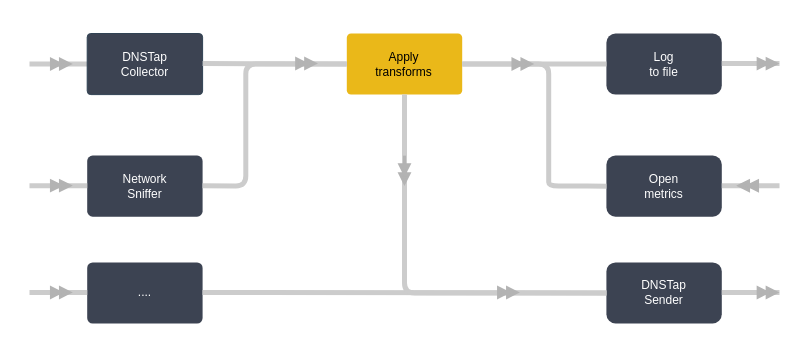
Before: docs/overview.drawio in dmachard/go-dnscollector, a draw.io diagram. Source tidied: cells renumbered, new cells numbered last; positions are measured from the earlier drawing's top-left corner, leaving out a move shared by most shapes. Both pictures are drawn from the tidied source at 100%, with x=0, y=0 at pixel (29, 33).
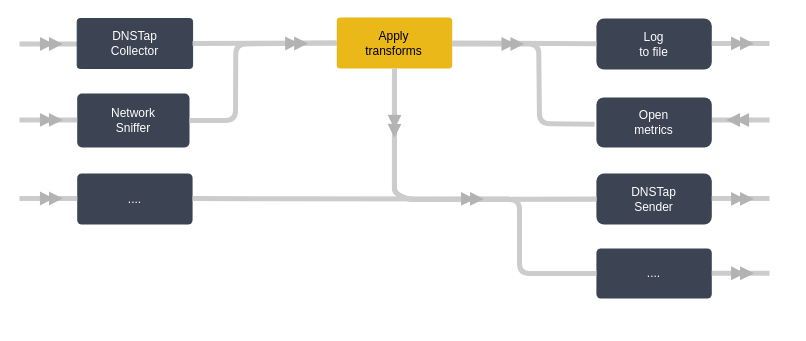
After the change.

Change to the diagram source:
```diff
@@
-    <mxCell id="2" style="group;" parent="1" vertex="1">
-      <mxGeometry width="750" height="290" as="geometry" />
-    </mxCell>
-    <mxCell id="3" style="endArrow=none;html=1;rounded=0;strokeWidth=5;strokeColor=#CCCCCC;" parent="2" edge="1">
+    <mxCell id="3" style="endArrow=none;html=1;rounded=0;strokeWidth=5;strokeColor=#CCCCCC;" parent="1" edge="1">
       <mxGeometry relative="1" as="geometry">
-        <mxPoint y="30.5" as="sourcePoint" />
-        <mxPoint x="57.7" y="30.5" as="targetPoint" />
+        <mxPoint x="-10" y="10.5" as="sourcePoint" />
+        <mxPoint x="47.7" y="10.5" as="targetPoint" />
       </mxGeometry>
     </mxCell>
-    <mxCell id="4" value="DNSTap&lt;br&gt;Collector" style="rounded=1;whiteSpace=wrap;html=1;fillColor=#3c4352;strokeColor=#314354;fontColor=#ffffff;arcSize=6;" parent="2" vertex="1">
-      <mxGeometry x="57.7" width="115.4" height="61.1" as="geometry" />
+    <mxCell id="4" value="DNSTap&lt;br&gt;Collector" style="rounded=1;whiteSpace=wrap;html=1;fillColor=#3c4352;strokeColor=#314354;fontColor=#ffffff;arcSize=6;" parent="1" vertex="1">
+      <mxGeometry x="47.7" y="-15" width="115.4" height="50" as="geometry" />
     </mxCell>
-    <mxCell id="5" value="Apply&lt;br&gt;transforms" style="rounded=1;whiteSpace=wrap;html=1;fillColor=#eab819;strokeColor=none;fontColor=#000000;arcSize=7;" parent="2" vertex="1">
-      <mxGeometry x="317.3" width="115.4" height="61.1" as="geometry" />
+    <mxCell id="5" value="Apply&lt;br&gt;transforms" style="rounded=1;whiteSpace=wrap;html=1;fillColor=#eab819;strokeColor=none;fontColor=#000000;arcSize=7;" parent="1" vertex="1">
+      <mxGeometry x="307.3" y="-16" width="115.4" height="51" as="geometry" />
     </mxCell>
-    <mxCell id="6" value="Log&lt;br&gt;to file" style="rounded=1;whiteSpace=wrap;html=1;fillColor=#3c4352;strokeColor=none;fontColor=#ffffff;" parent="2" vertex="1">
-      <mxGeometry x="576.9" width="115.4" height="61.1" as="geometry" />
+    <mxCell id="6" value="Log&lt;br&gt;to file" style="rounded=1;whiteSpace=wrap;html=1;fillColor=#3c4352;strokeColor=none;fontColor=#ffffff;" parent="1" vertex="1">
+      <mxGeometry x="566.9" y="-15" width="115.4" height="51" as="geometry" />
     </mxCell>
-    <mxCell id="7" value="Network&lt;br&gt;Sniffer" style="rounded=1;whiteSpace=wrap;html=1;fillColor=#3c4352;strokeColor=none;fontColor=#ffffff;arcSize=9;" parent="2" vertex="1">
-      <mxGeometry x="57.7" y="122.1" width="115.4" height="61.1" as="geometry" />
+    <mxCell id="7" value="Network&lt;br&gt;Sniffer" style="rounded=1;whiteSpace=wrap;html=1;fillColor=#3c4352;strokeColor=none;fontColor=#ffffff;arcSize=9;" parent="1" vertex="1">
+      <mxGeometry x="47.7" y="60" width="112.3" height="53.9" as="geometry" />
     </mxCell>
-    <mxCell id="8" value="...." style="rounded=1;whiteSpace=wrap;html=1;fillColor=#3c4352;strokeColor=none;fontColor=#ffffff;arcSize=9;" parent="2" vertex="1">
-      <mxGeometry x="57.7" y="228.9" width="115.4" height="61.1" as="geometry" />
+    <mxCell id="8" value="...." style="rounded=1;whiteSpace=wrap;html=1;fillColor=#3c4352;strokeColor=none;fontColor=#ffffff;arcSize=9;" parent="1" vertex="1">
+      <mxGeometry x="47.7" y="140" width="115.4" height="51" as="geometry" />
     </mxCell>
-    <mxCell id="9" style="endArrow=none;html=1;rounded=0;strokeWidth=5;strokeColor=#CCCCCC;entryX=0;entryY=0.5;entryDx=0;entryDy=0;" parent="2" edge="1" target="5">
+    <mxCell id="9" style="endArrow=none;html=1;rounded=0;strokeWidth=5;strokeColor=#CCCCCC;entryX=0;entryY=0.5;entryDx=0;entryDy=0;" parent="1" edge="1" target="5">
       <mxGeometry relative="1" as="geometry">
-        <mxPoint x="173.1" y="30.1" as="sourcePoint" />
+        <mxPoint x="163.1" y="10.1" as="sourcePoint" />
       </mxGeometry>
     </mxCell>
-    <mxCell id="10" style="endArrow=none;html=1;rounded=0;strokeWidth=5;strokeColor=#CCCCCC;exitX=1;exitY=0.5;exitDx=0;exitDy=0;" parent="2" edge="1" source="5" target="6">
+    <mxCell id="10" style="endArrow=none;html=1;rounded=0;strokeWidth=5;strokeColor=#CCCCCC;exitX=1;exitY=0.5;exitDx=0;exitDy=0;" parent="1" edge="1" source="5" target="6">
       <mxGeometry relative="1" as="geometry" />
     </mxCell>
-    <mxCell id="11" style="endArrow=none;html=1;rounded=0;strokeWidth=5;strokeColor=#CCCCCC;" parent="2" edge="1">
+    <mxCell id="11" style="endArrow=none;html=1;rounded=0;strokeWidth=5;strokeColor=#CCCCCC;" parent="1" edge="1">
       <mxGeometry relative="1" as="geometry">
-        <mxPoint x="692.3" y="30.1" as="sourcePoint" />
-        <mxPoint x="750" y="30.1" as="targetPoint" />
+        <mxPoint x="682.3" y="10.1" as="sourcePoint" />
+        <mxPoint x="740" y="10.1" as="targetPoint" />
       </mxGeometry>
     </mxCell>
-    <mxCell id="12" style="endArrow=none;html=1;rounded=0;strokeWidth=5;strokeColor=#CCCCCC;" parent="2" edge="1">
+    <mxCell id="12" style="endArrow=none;html=1;rounded=0;strokeWidth=5;strokeColor=#CCCCCC;" parent="1" edge="1">
       <mxGeometry relative="1" as="geometry">
-        <mxPoint y="152.2" as="sourcePoint" />
-        <mxPoint x="57.7" y="152.2" as="targetPoint" />
+        <mxPoint x="-10" y="86.5" as="sourcePoint" />
+        <mxPoint x="47.7" y="86.5" as="targetPoint" />
       </mxGeometry>
     </mxCell>
-    <mxCell id="13" style="endArrow=none;html=1;rounded=1;strokeWidth=5;strokeColor=#CCCCCC;entryX=0;entryY=0.5;entryDx=0;entryDy=0;curved=0;" parent="2" edge="1" target="5">
+    <mxCell id="13" style="endArrow=none;html=1;rounded=1;strokeWidth=5;strokeColor=#CCCCCC;entryX=0;entryY=0.5;entryDx=0;entryDy=0;curved=0;exitX=1;exitY=0.5;exitDx=0;exitDy=0;" parent="1" edge="1" source="7" target="5">
       <mxGeometry relative="1" as="geometry">
-        <mxPoint x="173.1" y="152.2" as="sourcePoint" />
         <Array as="points">
-          <mxPoint x="216.3" y="152.6" />
-          <mxPoint x="216.3" y="30.5" />
+          <mxPoint x="206" y="87" />
+          <mxPoint x="206.3" y="10.5" />
         </Array>
       </mxGeometry>
     </mxCell>
-    <mxCell id="14" value="Open&lt;br&gt;metrics" style="rounded=1;whiteSpace=wrap;html=1;fillColor=#3c4352;strokeColor=none;fontColor=#ffffff;" parent="2" vertex="1">
-      <mxGeometry x="576.9" y="122.1" width="115.4" height="61.1" as="geometry" />
-    </mxCell>
-    <mxCell id="15" style="endArrow=none;html=1;rounded=1;strokeWidth=5;strokeColor=#CCCCCC;entryX=0;entryY=0.5;entryDx=0;entryDy=0;curved=0;" parent="2" edge="1" target="14">
+    <mxCell id="15" style="endArrow=none;html=1;rounded=1;strokeWidth=5;strokeColor=#CCCCCC;curved=0;entryX=-0.016;entryY=0.538;entryDx=0;entryDy=0;entryPerimeter=0;" parent="1" edge="1" target="14">
       <mxGeometry relative="1" as="geometry">
-        <mxPoint x="432.7" y="30.5" as="sourcePoint" />
+        <mxPoint x="422.7" y="10.5" as="sourcePoint" />
         <Array as="points">
-          <mxPoint x="519.2" y="30.5" />
-          <mxPoint x="519.2" y="137.4" />
-          <mxPoint x="519.2" y="152.6" />
-          <mxPoint x="548.1" y="152.6" />
+          <mxPoint x="509.2" y="10.5" />
+          <mxPoint x="510" y="90" />
         </Array>
       </mxGeometry>
     </mxCell>
-    <mxCell id="16" style="endArrow=none;html=1;rounded=0;strokeWidth=5;strokeColor=#CCCCCC;" parent="2" edge="1">
+    <mxCell id="16" style="endArrow=none;html=1;rounded=0;strokeWidth=5;strokeColor=#CCCCCC;" parent="1" edge="1">
       <mxGeometry relative="1" as="geometry">
-        <mxPoint x="692.3" y="152.2" as="sourcePoint" />
-        <mxPoint x="750" y="152.2" as="targetPoint" />
+        <mxPoint x="682.3" y="86.5" as="sourcePoint" />
+        <mxPoint x="740" y="86.5" as="targetPoint" />
       </mxGeometry>
     </mxCell>
-    <mxCell id="17" value="DNSTap&lt;br&gt;Sender" style="rounded=1;whiteSpace=wrap;html=1;fillColor=#3c4352;strokeColor=none;fontColor=#ffffff;" parent="2" vertex="1">
-      <mxGeometry x="576.9" y="228.9" width="115.4" height="61.1" as="geometry" />
+    <mxCell id="17" value="DNSTap&lt;br&gt;Sender" style="rounded=1;whiteSpace=wrap;html=1;fillColor=#3c4352;strokeColor=none;fontColor=#ffffff;" parent="1" vertex="1">
+      <mxGeometry x="566.9" y="140" width="115.4" height="51" as="geometry" />
     </mxCell>
-    <mxCell id="18" style="endArrow=none;html=1;rounded=0;strokeWidth=5;strokeColor=#CCCCCC;entryX=0;entryY=0.5;entryDx=0;entryDy=0;" parent="2" edge="1" target="17">
+    <mxCell id="18" style="endArrow=none;html=1;rounded=0;strokeWidth=5;strokeColor=#CCCCCC;entryX=0;entryY=0.5;entryDx=0;entryDy=0;" parent="1" edge="1" target="17">
       <mxGeometry relative="1" as="geometry">
-        <mxPoint x="173.1" y="259" as="sourcePoint" />
+        <mxPoint x="163.1" y="165.1" as="sourcePoint" />
       </mxGeometry>
     </mxCell>
-    <mxCell id="19" style="endArrow=none;html=1;rounded=0;strokeWidth=5;strokeColor=#CCCCCC;" parent="2" edge="1">
+    <mxCell id="19" style="endArrow=none;html=1;rounded=0;strokeWidth=5;strokeColor=#CCCCCC;" parent="1" edge="1">
       <mxGeometry relative="1" as="geometry">
-        <mxPoint y="259" as="sourcePoint" />
-        <mxPoint x="57.7" y="259" as="targetPoint" />
+        <mxPoint x="-10" y="165.1" as="sourcePoint" />
+        <mxPoint x="47.7" y="165.1" as="targetPoint" />
       </mxGeometry>
     </mxCell>
-    <mxCell id="20" style="endArrow=none;html=1;rounded=0;strokeWidth=5;strokeColor=#CCCCCC;" parent="2" edge="1">
+    <mxCell id="20" style="endArrow=none;html=1;rounded=0;strokeWidth=5;strokeColor=#CCCCCC;" parent="1" edge="1">
       <mxGeometry relative="1" as="geometry">
-        <mxPoint x="692.3" y="259" as="sourcePoint" />
-        <mxPoint x="750" y="259" as="targetPoint" />
+        <mxPoint x="682.3" y="165.1" as="sourcePoint" />
+        <mxPoint x="740" y="165.1" as="targetPoint" />
       </mxGeometry>
     </mxCell>
-    <mxCell id="21" style="endArrow=none;html=1;rounded=1;strokeWidth=5;strokeColor=#CCCCCC;entryX=0;entryY=0.5;entryDx=0;entryDy=0;exitX=0.5;exitY=1;exitDx=0;exitDy=0;curved=0;" parent="2" edge="1" source="5" target="17">
+    <mxCell id="21" style="endArrow=none;html=1;rounded=1;strokeWidth=5;strokeColor=#CCCCCC;exitX=0.5;exitY=1;exitDx=0;exitDy=0;curved=0;" parent="1" edge="1" source="5" target="17">
       <mxGeometry relative="1" as="geometry">
         <Array as="points">
-          <mxPoint x="375" y="259.5" />
-          <mxPoint x="461.5" y="259.5" />
+          <mxPoint x="365" y="140" />
+          <mxPoint x="365" y="160" />
+          <mxPoint x="380" y="166" />
         </Array>
       </mxGeometry>
     </mxCell>
-    <mxCell id="22" style="endArrow=doubleBlock;html=1;rounded=0;endFill=1;strokeWidth=3;strokeColor=#B3B3B3;" parent="2" edge="1">
+    <mxCell id="22" style="endArrow=doubleBlock;html=1;rounded=0;endFill=1;strokeWidth=3;strokeColor=#B3B3B3;" parent="1" edge="1">
       <mxGeometry relative="1" as="geometry">
-        <mxPoint x="28.8" y="30.5" as="sourcePoint" />
-        <mxPoint x="43.3" y="30.5" as="targetPoint" />
+        <mxPoint x="18.8" y="10.5" as="sourcePoint" />
+        <mxPoint x="33.3" y="10.5" as="targetPoint" />
       </mxGeometry>
     </mxCell>
-    <mxCell id="23" style="endArrow=doubleBlock;html=1;rounded=0;endFill=1;strokeWidth=3;strokeColor=#B3B3B3;" parent="2" edge="1">
+    <mxCell id="23" style="endArrow=doubleBlock;html=1;rounded=0;endFill=1;strokeWidth=3;strokeColor=#B3B3B3;" parent="1" edge="1">
       <mxGeometry relative="1" as="geometry">
-        <mxPoint x="28.8" y="152.1" as="sourcePoint" />
-        <mxPoint x="43.3" y="152.1" as="targetPoint" />
+        <mxPoint x="18.8" y="86.4" as="sourcePoint" />
+        <mxPoint x="33.3" y="86.4" as="targetPoint" />
       </mxGeometry>
     </mxCell>
-    <mxCell id="24" style="endArrow=doubleBlock;html=1;rounded=0;endFill=1;strokeWidth=3;strokeColor=#B3B3B3;" parent="2" edge="1">
+    <mxCell id="24" style="endArrow=doubleBlock;html=1;rounded=0;endFill=1;strokeWidth=3;strokeColor=#B3B3B3;" parent="1" edge="1">
       <mxGeometry relative="1" as="geometry">
-        <mxPoint x="28.8" y="259" as="sourcePoint" />
-        <mxPoint x="43.3" y="259" as="targetPoint" />
+        <mxPoint x="18.8" y="165" as="sourcePoint" />
+        <mxPoint x="33.3" y="165" as="targetPoint" />
       </mxGeometry>
     </mxCell>
-    <mxCell id="25" style="endArrow=doubleBlock;html=1;rounded=0;endFill=1;strokeWidth=3;strokeColor=#B3B3B3;" parent="2" edge="1">
-      <mxGeometry relative="1" as="geometry">
-        <mxPoint x="476" y="259" as="sourcePoint" />
-        <mxPoint x="490.4" y="259" as="targetPoint" />
-      </mxGeometry>
-    </mxCell>
-    <mxCell id="26" style="endArrow=doubleBlock;html=1;rounded=0;endFill=1;strokeWidth=3;strokeColor=#B3B3B3;" parent="2" edge="1">
+    <mxCell id="26" style="endArrow=doubleBlock;html=1;rounded=0;endFill=1;strokeWidth=3;strokeColor=#B3B3B3;" parent="1" edge="1">
       <mxGeometry relative="1" as="geometry">
-        <mxPoint x="490.4" y="30.5" as="sourcePoint" />
-        <mxPoint x="504.8" y="30.5" as="targetPoint" />
+        <mxPoint x="480.4" y="10.5" as="sourcePoint" />
+        <mxPoint x="494.8" y="10.5" as="targetPoint" />
       </mxGeometry>
     </mxCell>
-    <mxCell id="27" style="endArrow=doubleBlock;html=1;rounded=0;endFill=1;strokeWidth=3;strokeColor=#B3B3B3;" parent="2" edge="1">
+    <mxCell id="27" style="endArrow=doubleBlock;html=1;rounded=0;endFill=1;strokeWidth=3;strokeColor=#B3B3B3;" parent="1" edge="1">
       <mxGeometry relative="1" as="geometry">
-        <mxPoint x="274" y="30" as="sourcePoint" />
-        <mxPoint x="288.5" y="30" as="targetPoint" />
+        <mxPoint x="264" y="10" as="sourcePoint" />
+        <mxPoint x="278.5" y="10" as="targetPoint" />
       </mxGeometry>
     </mxCell>
-    <mxCell id="28" style="endArrow=doubleBlock;html=1;rounded=0;endFill=1;strokeWidth=3;strokeColor=#B3B3B3;" parent="2" edge="1">
-      <mxGeometry relative="1" as="geometry">
-        <mxPoint x="375" y="122.1" as="sourcePoint" />
-        <mxPoint x="375" y="152.6" as="targetPoint" />
-      </mxGeometry>
-    </mxCell>
-    <mxCell id="29" style="endArrow=doubleBlock;html=1;rounded=0;endFill=1;strokeWidth=3;strokeColor=#B3B3B3;" parent="2" edge="1">
+    <mxCell id="29" style="endArrow=doubleBlock;html=1;rounded=0;endFill=1;strokeWidth=3;strokeColor=#B3B3B3;" parent="1" edge="1">
       <mxGeometry relative="1" as="geometry">
-        <mxPoint x="721.2" y="152.2" as="sourcePoint" />
-        <mxPoint x="706.7" y="152.2" as="targetPoint" />
+        <mxPoint x="711.2" y="86.5" as="sourcePoint" />
+        <mxPoint x="696.7" y="86.5" as="targetPoint" />
       </mxGeometry>
     </mxCell>
-    <mxCell id="30" style="endArrow=doubleBlock;html=1;rounded=0;endFill=1;strokeWidth=3;strokeColor=#B3B3B3;" parent="2" edge="1">
+    <mxCell id="30" style="endArrow=doubleBlock;html=1;rounded=0;endFill=1;strokeWidth=3;strokeColor=#B3B3B3;" parent="1" edge="1">
       <mxGeometry relative="1" as="geometry">
-        <mxPoint x="735.6" y="259" as="sourcePoint" />
-        <mxPoint x="750" y="259" as="targetPoint" />
+        <mxPoint x="710" y="165.4" as="sourcePoint" />
+        <mxPoint x="724.4" y="165.4" as="targetPoint" />
       </mxGeometry>
     </mxCell>
-    <mxCell id="31" style="endArrow=doubleBlock;html=1;rounded=0;endFill=1;strokeWidth=3;strokeColor=#B3B3B3;" parent="2" edge="1">
+    <mxCell id="31" style="endArrow=doubleBlock;html=1;rounded=0;endFill=1;strokeWidth=3;strokeColor=#B3B3B3;" parent="1" edge="1">
       <mxGeometry relative="1" as="geometry">
-        <mxPoint x="735.6" y="30.1" as="sourcePoint" />
-        <mxPoint x="750" y="30.1" as="targetPoint" />
+        <mxPoint x="710" y="9.9" as="sourcePoint" />
+        <mxPoint x="724.4" y="9.9" as="targetPoint" />
       </mxGeometry>
     </mxCell>
+    <mxCell id="32" value="...." style="rounded=1;whiteSpace=wrap;html=1;fillColor=#3c4352;strokeColor=none;fontColor=#ffffff;arcSize=9;" parent="1" vertex="1">
+      <mxGeometry x="566.9" y="215" width="115.4" height="50" as="geometry" />
+    </mxCell>
+    <mxCell id="14" value="Open&lt;br&gt;metrics" style="rounded=1;whiteSpace=wrap;html=1;fillColor=#3c4352;strokeColor=none;fontColor=#ffffff;" parent="1" vertex="1">
+      <mxGeometry x="566.9" y="63.9" width="115.4" height="50" as="geometry" />
+    </mxCell>
+    <mxCell id="33" style="endArrow=none;html=1;rounded=0;strokeWidth=5;strokeColor=#CCCCCC;" parent="1" edge="1">
+      <mxGeometry relative="1" as="geometry">
+        <mxPoint x="682.3" y="239.7" as="sourcePoint" />
+        <mxPoint x="740" y="239.7" as="targetPoint" />
+      </mxGeometry>
+    </mxCell>
+    <mxCell id="34" style="endArrow=doubleBlock;html=1;rounded=0;endFill=1;strokeWidth=3;strokeColor=#B3B3B3;" parent="1" edge="1">
+      <mxGeometry relative="1" as="geometry">
+        <mxPoint x="710" y="239.8" as="sourcePoint" />
+        <mxPoint x="724.4" y="239.8" as="targetPoint" />
+      </mxGeometry>
+    </mxCell>
+    <mxCell id="35" style="endArrow=none;html=1;rounded=1;strokeWidth=5;strokeColor=#CCCCCC;exitX=0.5;exitY=1;exitDx=0;exitDy=0;curved=0;entryX=0;entryY=0.5;entryDx=0;entryDy=0;" parent="1" edge="1" target="32">
+      <mxGeometry relative="1" as="geometry">
+        <mxPoint x="364.9" y="41" as="sourcePoint" />
+        <Array as="points">
+          <mxPoint x="364.9" y="140.1" />
+          <mxPoint x="364.9" y="160.1" />
+          <mxPoint x="379.9" y="166.1" />
+          <mxPoint x="490" y="166" />
+          <mxPoint x="490" y="240" />
+        </Array>
+      </mxGeometry>
+    </mxCell>
+    <mxCell id="25" style="endArrow=doubleBlock;html=1;rounded=0;endFill=1;strokeWidth=3;strokeColor=#B3B3B3;" parent="1" edge="1">
+      <mxGeometry relative="1" as="geometry">
+        <mxPoint x="440" y="165.4" as="sourcePoint" />
+        <mxPoint x="454.4" y="165.4" as="targetPoint" />
+      </mxGeometry>
+    </mxCell>
+    <mxCell id="28" style="endArrow=doubleBlock;html=1;rounded=0;endFill=1;strokeWidth=3;strokeColor=#B3B3B3;" parent="1" edge="1">
+      <mxGeometry relative="1" as="geometry">
+        <mxPoint x="365" y="90" as="sourcePoint" />
+        <mxPoint x="364.9" y="104.2" as="targetPoint" />
+      </mxGeometry>
+    </mxCell>
```
